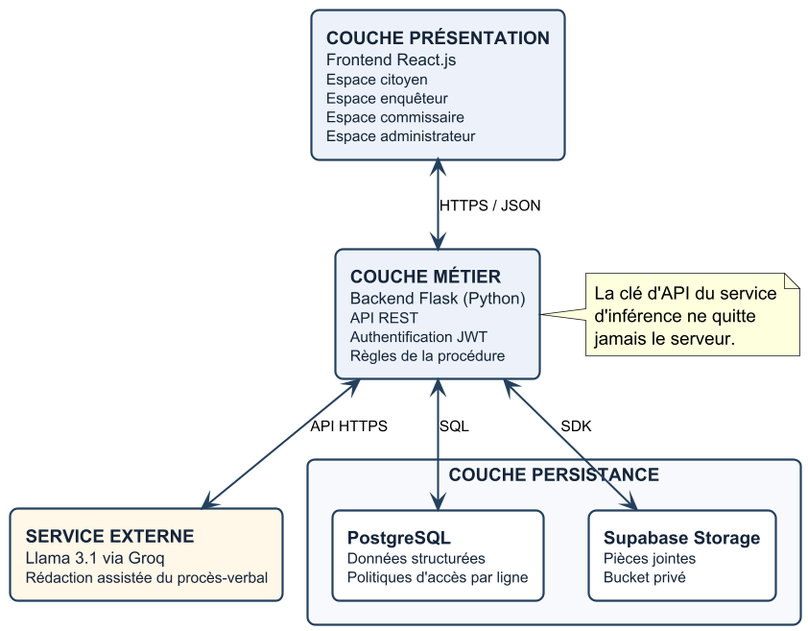
Earlier version of the PlantUML export memoire/diagrammes/architecture.png (NodemBorel/plainte-cam).
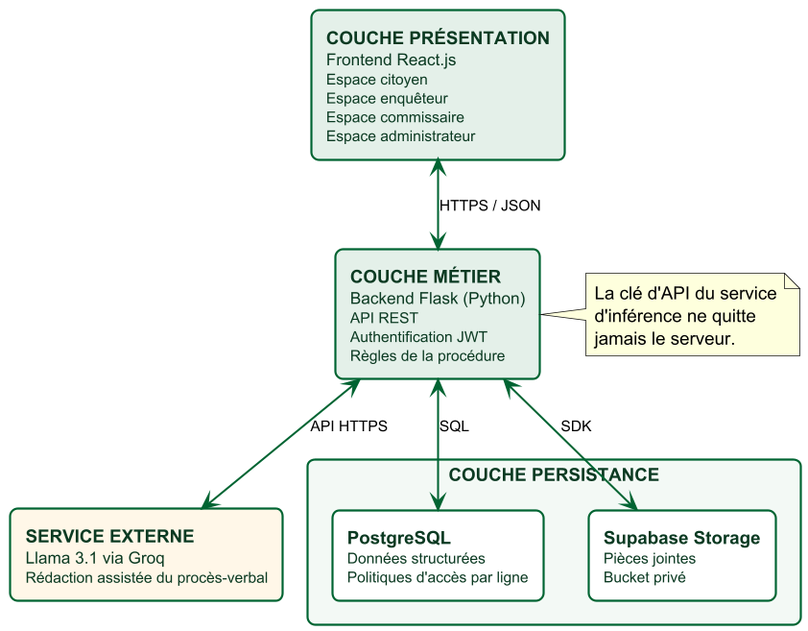
After the commit.

Diff of the diagram source:
```diff
@@ -5,26 +5,26 @@
 skinparam shadowing false
 skinparam defaultFontName Helvetica
 skinparam defaultFontSize 12
-skinparam ArrowColor #24405E
+skinparam ArrowColor #006432
 skinparam ArrowThickness 1.3
 skinparam nodesep 30
 skinparam ranksep 45
 skinparam packageStyle rectangle
 
 skinparam rectangle {
-  BorderColor #24405E
+  BorderColor #006432
   BorderThickness 1.4
-  FontColor #14243A
+  FontColor #0B3A22
   RoundCorner 10
 }
 
 rectangle "**SERVICE EXTERNE**\n<size:11>Llama 3.1 via Groq</size>\n<size:10>Rédaction assistée du procès-verbal</size>" as IA #FFF7E8
 
-rectangle "**COUCHE PRÉSENTATION**\n<size:11>Frontend React.js</size>\n<size:10>Espace citoyen</size>\n<size:10>Espace enquêteur</size>\n<size:10>Espace commissaire</size>\n<size:10>Espace administrateur</size>" as FE #EDF2FA
+rectangle "**COUCHE PRÉSENTATION**\n<size:11>Frontend React.js</size>\n<size:10>Espace citoyen</size>\n<size:10>Espace enquêteur</size>\n<size:10>Espace commissaire</size>\n<size:10>Espace administrateur</size>" as FE #E4F0E9
 
-rectangle "**COUCHE MÉTIER**\n<size:11>Backend Flask (Python)</size>\n<size:10>API REST</size>\n<size:10>Authentification JWT</size>\n<size:10>Règles de la procédure</size>" as API #EDF2FA
+rectangle "**COUCHE MÉTIER**\n<size:11>Backend Flask (Python)</size>\n<size:10>API REST</size>\n<size:10>Authentification JWT</size>\n<size:10>Règles de la procédure</size>" as API #E4F0E9
 
-rectangle "**COUCHE PERSISTANCE**" as DATA #F7F9FC {
+rectangle "**COUCHE PERSISTANCE**" as DATA #F3F9F5 {
   rectangle "**PostgreSQL**\n<size:10>Données structurées</size>\n<size:10>Politiques d'accès par ligne</size>" as PG #FFFFFF
   rectangle "**Supabase Storage**\n<size:10>Pièces jointes</size>\n<size:10>Bucket privé</size>" as ST #FFFFFF
 }
```
